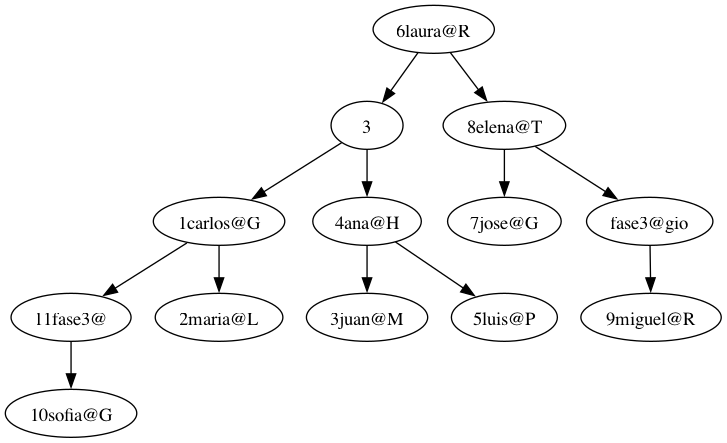
This is fase3/usuarios/reportes/AVL.png from Ggi0/-EDD-Proyecto_202100229, a Graphviz export, as it was before one commit. Its source is kept beside it as fase3/usuarios/reportes/AVL.dot.
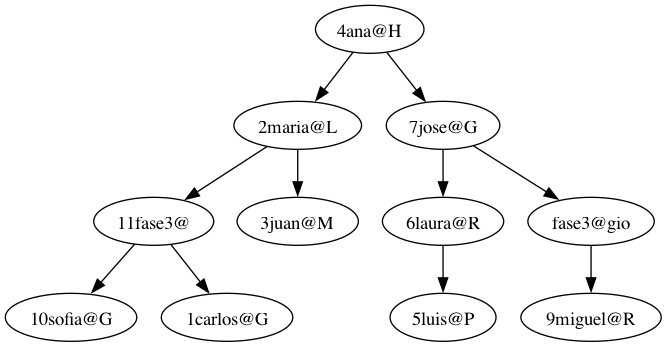
The same diagram one commit later.

Diff of the diagram source:
```diff
@@ -1,27 +1,23 @@
 digraph G {
-Nodo0x7fe8317a73b0[label = "6laura@R"]
-Nodo0x7fe8317a73b0->Nodo0x7fe82bce2ab0
-Nodo0x7fe8317a73b0->Nodo0x7fe8317a9400
-Nodo0x7fe82bce2ab0[label = "3"]
-Nodo0x7fe82bce2ab0->Nodo0x7fe8317a1480
-Nodo0x7fe82bce2ab0->Nodo0x7fe83179d210
-Nodo0x7fe8317a1480[label = "1carlos@G"]
-Nodo0x7fe8317a1480->Nodo0x7fe831719ab0
-Nodo0x7fe8317a1480->Nodo0x7fe8317a58c0
-Nodo0x7fe831719ab0[label = "11fase3@"]
-Nodo0x7fe831719ab0->Nodo0x7fe8317a96e0
-Nodo0x7fe8317a96e0[label = "10sofia@G"]
-Nodo0x7fe8317a58c0[label = "2maria@L"]
-Nodo0x7fe83179d210[label = "4ana@H"]
-Nodo0x7fe83179d210->Nodo0x7fe8317a0ea0
-Nodo0x7fe83179d210->Nodo0x7fe8317a1dc0
-Nodo0x7fe8317a0ea0[label = "3juan@M"]
-Nodo0x7fe8317a1dc0[label = "5luis@P"]
-Nodo0x7fe8317a9400[label = "8elena@T"]
-Nodo0x7fe8317a9400->Nodo0x7fe8317a7220
-Nodo0x7fe8317a9400->Nodo0x7fe8317a9db0
-Nodo0x7fe8317a7220[label = "7jose@G"]
-Nodo0x7fe8317a9db0[label = "fase3@gio"]
-Nodo0x7fe8317a9db0->Nodo0x7fe83179a9e0
-Nodo0x7fe83179a9e0[label = "9miguel@R"]
+Nodo0x7ff0c6c6c6a0[label = "4ana@H"]
+Nodo0x7ff0c6c6c6a0->Nodo0x7ff0c6c62890
+Nodo0x7ff0c6c6c6a0->Nodo0x7ff0c0f76a20
+Nodo0x7ff0c6c62890[label = "2maria@L"]
+Nodo0x7ff0c6c62890->Nodo0x7ff0c6c485f0
+Nodo0x7ff0c6c62890->Nodo0x7ff0c6c695c0
+Nodo0x7ff0c6c485f0[label = "11fase3@"]
+Nodo0x7ff0c6c485f0->Nodo0x7ff0c6c4c920
+Nodo0x7ff0c6c485f0->Nodo0x7ff0c6c5f690
+Nodo0x7ff0c6c4c920[label = "10sofia@G"]
+Nodo0x7ff0c6c5f690[label = "1carlos@G"]
+Nodo0x7ff0c6c695c0[label = "3juan@M"]
+Nodo0x7ff0c0f76a20[label = "7jose@G"]
+Nodo0x7ff0c0f76a20->Nodo0x7ff0c6c59f40
+Nodo0x7ff0c0f76a20->Nodo0x7ff0c6c6c540
+Nodo0x7ff0c6c59f40[label = "6laura@R"]
+Nodo0x7ff0c6c59f40->Nodo0x7ff0c6c67590
+Nodo0x7ff0c6c67590[label = "5luis@P"]
+Nodo0x7ff0c6c6c540[label = "fase3@gio"]
+Nodo0x7ff0c6c6c540->Nodo0x7ff0c6c61cc0
+Nodo0x7ff0c6c61cc0[label = "9miguel@R"]
 }
```
